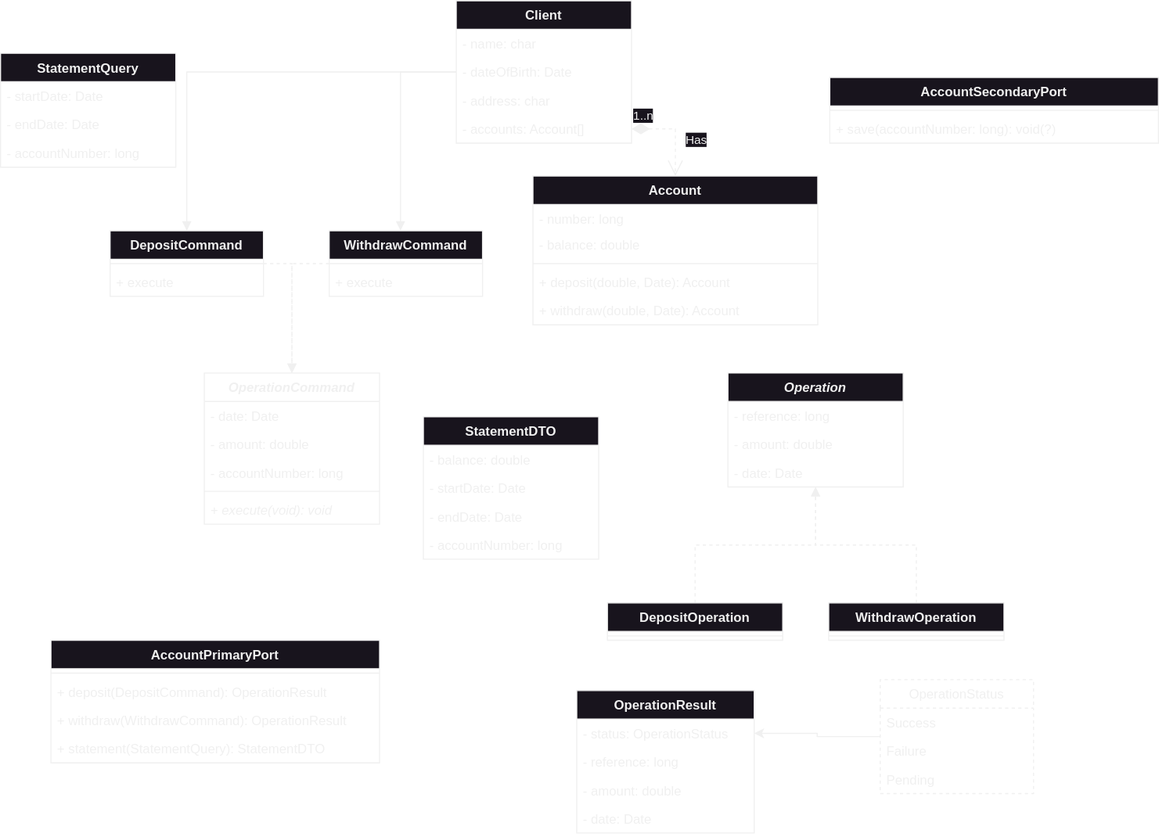
This is BankAccount/uml/BankAccountKata.drawio.svg from fookinhell/exalt-katas-java, a draw.io export, as it was before one commit. Source tidied: cells renumbered, new cells last; positions are measured from the earlier drawing's top-left corner, leaving out a move shared by most shapes.
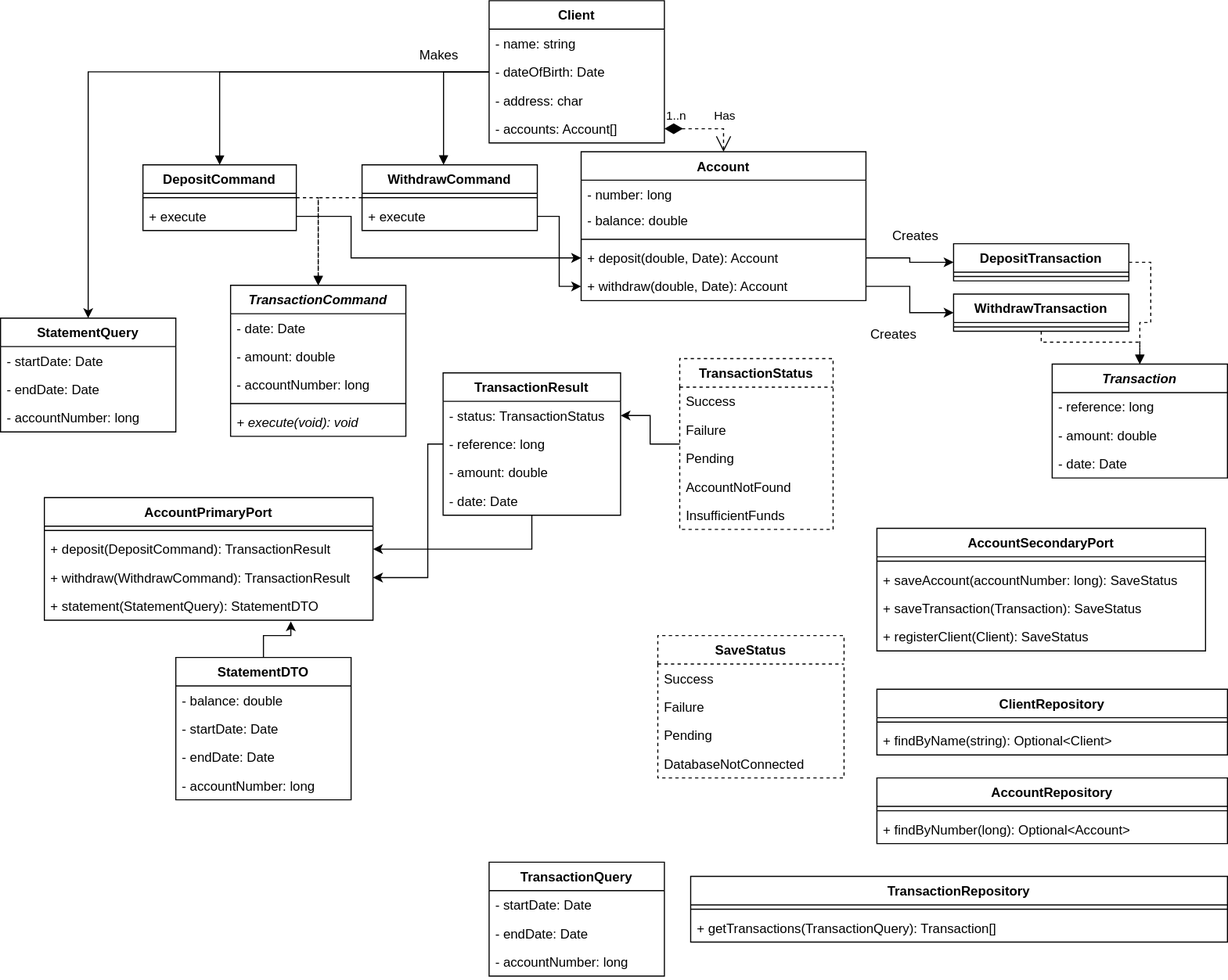
Above is the later version.

What changed in the source:
```diff
@@ -5,3 +5,3 @@
     <mxCell id="2" value="Account" style="swimlane;fontStyle=1;align=center;verticalAlign=top;horizontal=1;startSize=26;" parent="1" vertex="1">
-      <mxGeometry x="486" y="160" width="260" height="136" as="geometry" />
+      <mxGeometry x="500" y="138" width="260" height="136" as="geometry" />
     </mxCell>
@@ -22,4 +22,4 @@
     </mxCell>
-    <mxCell id="8" value="Operation" style="swimlane;fontStyle=3;align=center;verticalAlign=top;horizontal=1;startSize=26;" parent="1" vertex="1">
-      <mxGeometry x="664" y="340" width="160" height="104" as="geometry" />
+    <mxCell id="8" value="Transaction" style="swimlane;fontStyle=3;align=center;verticalAlign=top;horizontal=1;startSize=26;" parent="1" vertex="1">
+      <mxGeometry x="930" y="332" width="160" height="104" as="geometry" />
     </mxCell>
@@ -34,7 +34,7 @@
     </mxCell>
-    <mxCell id="12" style="edgeStyle=orthogonalEdgeStyle;rounded=0;jettySize=auto;html=1;entryX=0.5;entryY=1;entryDx=0;entryDy=0;dashed=1;endArrow=block;endFill=1;" parent="1" edge="1" source="13" target="8">
+    <mxCell id="12" style="edgeStyle=orthogonalEdgeStyle;rounded=0;jettySize=auto;html=1;entryX=0.5;entryY=0;entryDx=0;entryDy=0;dashed=1;endArrow=block;endFill=1;exitX=1;exitY=0.5;exitDx=0;exitDy=0;" parent="1" edge="1" source="13" target="8">
       <mxGeometry relative="1" as="geometry" />
     </mxCell>
-    <mxCell id="13" value="DepositOperation" style="swimlane;fontStyle=1;align=center;verticalAlign=top;horizontal=1;startSize=26;" parent="1" vertex="1">
-      <mxGeometry x="554" y="550" width="160" height="34" as="geometry" />
+    <mxCell id="13" value="DepositTransaction" style="swimlane;fontStyle=1;align=center;verticalAlign=top;horizontal=1;startSize=26;" parent="1" vertex="1">
+      <mxGeometry x="840" y="222" width="160" height="34" as="geometry" />
     </mxCell>
@@ -43,7 +43,12 @@
     </mxCell>
-    <mxCell id="15" style="edgeStyle=orthogonalEdgeStyle;rounded=0;jettySize=auto;html=1;entryX=0.5;entryY=1;entryDx=0;entryDy=0;exitX=0.5;exitY=0;exitDx=0;exitDy=0;dashed=1;endArrow=block;endFill=1;" parent="1" edge="1" source="16" target="8">
-      <mxGeometry relative="1" as="geometry" />
+    <mxCell id="15" style="edgeStyle=orthogonalEdgeStyle;rounded=0;jettySize=auto;html=1;entryX=0.5;entryY=0;entryDx=0;entryDy=0;exitX=0.5;exitY=1;exitDx=0;exitDy=0;dashed=1;endArrow=block;endFill=1;" parent="1" edge="1" source="16" target="8">
+      <mxGeometry relative="1" as="geometry">
+        <Array as="points">
+          <mxPoint x="920" y="312" />
+          <mxPoint x="1010" y="312" />
+        </Array>
+      </mxGeometry>
     </mxCell>
-    <mxCell id="16" value="WithdrawOperation" style="swimlane;fontStyle=1;align=center;verticalAlign=top;horizontal=1;startSize=26;" parent="1" vertex="1">
-      <mxGeometry x="756" y="550" width="160" height="34" as="geometry" />
+    <mxCell id="16" value="WithdrawTransaction" style="swimlane;fontStyle=1;align=center;verticalAlign=top;horizontal=1;startSize=26;" parent="1" vertex="1">
+      <mxGeometry x="840" y="268" width="160" height="34" as="geometry" />
     </mxCell>
@@ -53,3 +58,3 @@
     <mxCell id="18" value="StatementDTO" style="swimlane;fontStyle=1;align=center;verticalAlign=top;horizontal=1;startSize=26;" parent="1" vertex="1">
-      <mxGeometry x="386" y="380" width="160" height="130" as="geometry" />
+      <mxGeometry x="130" y="600" width="160" height="130" as="geometry" />
     </mxCell>
@@ -68,3 +73,3 @@
     <mxCell id="23" value="AccountPrimaryPort" style="swimlane;fontStyle=1;align=center;verticalAlign=top;horizontal=1;startSize=26;" parent="1" vertex="1">
-      <mxGeometry x="46" y="584" width="300" height="112" as="geometry" />
+      <mxGeometry x="10" y="454" width="300" height="112" as="geometry" />
     </mxCell>
@@ -73,6 +78,6 @@
     </mxCell>
-    <mxCell id="25" value="+ deposit(DepositCommand): OperationResult" style="text;strokeColor=none;fillColor=none;align=left;verticalAlign=top;spacingLeft=4;spacingRight=4;overflow=hidden;points=[[0,0.5],[1,0.5]];portConstraint=eastwest;" parent="23" vertex="1">
+    <mxCell id="25" value="+ deposit(DepositCommand): TransactionResult" style="text;strokeColor=none;fillColor=none;align=left;verticalAlign=top;spacingLeft=4;spacingRight=4;overflow=hidden;points=[[0,0.5],[1,0.5]];portConstraint=eastwest;" parent="23" vertex="1">
       <mxGeometry y="34" width="300" height="26" as="geometry" />
     </mxCell>
-    <mxCell id="26" value="+ withdraw(WithdrawCommand): OperationResult" style="text;strokeColor=none;fillColor=none;align=left;verticalAlign=top;spacingLeft=4;spacingRight=4;overflow=hidden;points=[[0,0.5],[1,0.5]];portConstraint=eastwest;" parent="23" vertex="1">
+    <mxCell id="26" value="+ withdraw(WithdrawCommand): TransactionResult" style="text;strokeColor=none;fillColor=none;align=left;verticalAlign=top;spacingLeft=4;spacingRight=4;overflow=hidden;points=[[0,0.5],[1,0.5]];portConstraint=eastwest;" parent="23" vertex="1">
       <mxGeometry y="60" width="300" height="26" as="geometry" />
@@ -83,3 +88,3 @@
     <mxCell id="28" value="StatementQuery" style="swimlane;fontStyle=1;align=center;verticalAlign=top;horizontal=1;startSize=26;" parent="1" vertex="1">
-      <mxGeometry y="48" width="160" height="104" as="geometry" />
+      <mxGeometry x="-30" y="290" width="160" height="104" as="geometry" />
     </mxCell>
@@ -98,3 +103,3 @@
     <mxCell id="33" value="DepositCommand" style="swimlane;fontStyle=1;align=center;verticalAlign=top;horizontal=1;startSize=26;" parent="1" vertex="1">
-      <mxGeometry x="100" y="210" width="140" height="60" as="geometry" />
+      <mxGeometry x="100" y="150" width="140" height="60" as="geometry" />
     </mxCell>
@@ -110,14 +115,17 @@
     <mxCell id="37" value="WithdrawCommand" style="swimlane;fontStyle=1;align=center;verticalAlign=top;horizontal=1;startSize=26;" parent="1" vertex="1">
-      <mxGeometry x="300" y="210" width="140" height="60" as="geometry" />
+      <mxGeometry x="300" y="150" width="160" height="60" as="geometry" />
     </mxCell>
     <mxCell id="38" style="line;strokeWidth=1;fillColor=none;align=left;verticalAlign=middle;spacingTop=-1;spacingLeft=3;spacingRight=3;labelPosition=right;strokeColor=inherit;" parent="37" vertex="1">
-      <mxGeometry y="26" width="140" height="8" as="geometry" />
+      <mxGeometry y="26" width="160" height="8" as="geometry" />
     </mxCell>
     <mxCell id="39" value="+ execute" style="text;strokeColor=none;fillColor=none;align=left;verticalAlign=top;spacingLeft=4;spacingRight=4;overflow=hidden;points=[[0,0.5],[1,0.5]];portConstraint=eastwest;" parent="37" vertex="1">
-      <mxGeometry y="34" width="140" height="26" as="geometry" />
+      <mxGeometry y="34" width="160" height="26" as="geometry" />
     </mxCell>
+    <mxCell id="68" style="edgeStyle=orthogonalEdgeStyle;rounded=0;jettySize=auto;html=1;" parent="1" edge="1" source="40" target="25">
+      <mxGeometry relative="1" as="geometry" />
+    </mxCell>
-    <mxCell id="40" value="OperationResult" style="swimlane;fontStyle=1;horizontal=1;startSize=26;fillColor=default;" parent="1" vertex="1">
-      <mxGeometry x="526" y="630" width="162" height="130" as="geometry" />
+    <mxCell id="40" value="TransactionResult" style="swimlane;fontStyle=1;horizontal=1;startSize=26;fillColor=default;" parent="1" vertex="1">
+      <mxGeometry x="374" y="340" width="162" height="130" as="geometry" />
     </mxCell>
-    <mxCell id="41" value="- status: OperationStatus" style="text;strokeColor=none;fillColor=none;align=left;verticalAlign=top;spacingLeft=4;spacingRight=4;overflow=hidden;points=[[0,0.5],[1,0.5]];portConstraint=eastwest;" parent="40" vertex="1">
+    <mxCell id="41" value="- status: TransactionStatus" style="text;strokeColor=none;fillColor=none;align=left;verticalAlign=top;spacingLeft=4;spacingRight=4;overflow=hidden;points=[[0,0.5],[1,0.5]];portConstraint=eastwest;" parent="40" vertex="1">
       <mxGeometry y="26" width="162" height="26" as="geometry" />
@@ -136,4 +144,4 @@
     </mxCell>
-    <mxCell id="46" value="OperationStatus" style="swimlane;fontStyle=0;horizontal=1;startSize=26;fillColor=none;dashed=1;swimlaneLine=1;swimlaneFillColor=none;strokeColor=default;" parent="1" vertex="1">
-      <mxGeometry x="803" y="620" width="140" height="104" as="geometry" />
+    <mxCell id="46" value="TransactionStatus" style="swimlane;fontStyle=1;horizontal=1;startSize=26;fillColor=none;dashed=1;swimlaneLine=1;swimlaneFillColor=none;strokeColor=default;" parent="1" vertex="1">
+      <mxGeometry x="590" y="327" width="140" height="156" as="geometry" />
     </mxCell>
@@ -148,4 +156,10 @@
     </mxCell>
+    <mxCell id="69" value="AccountNotFound" style="text;strokeColor=none;fillColor=none;align=left;verticalAlign=top;spacingLeft=4;spacingRight=4;overflow=hidden;" parent="46" vertex="1">
+      <mxGeometry y="104" width="140" height="26" as="geometry" />
+    </mxCell>
+    <mxCell id="70" value="InsufficientFunds" style="text;strokeColor=none;fillColor=none;align=left;verticalAlign=top;spacingLeft=4;spacingRight=4;overflow=hidden;" parent="46" vertex="1">
+      <mxGeometry y="130" width="140" height="26" as="geometry" />
+    </mxCell>
-    <mxCell id="50" value="OperationCommand" style="swimlane;fontStyle=3;align=center;verticalAlign=top;horizontal=1;startSize=26;strokeColor=default;fillColor=none;" parent="1" vertex="1">
-      <mxGeometry x="186" y="340" width="160" height="138" as="geometry" />
+    <mxCell id="50" value="TransactionCommand" style="swimlane;fontStyle=3;align=center;verticalAlign=top;horizontal=1;startSize=26;strokeColor=default;fillColor=none;" parent="1" vertex="1">
+      <mxGeometry x="180" y="260" width="160" height="138" as="geometry" />
     </mxCell>
@@ -167,3 +181,3 @@
     <mxCell id="56" value="AccountSecondaryPort" style="swimlane;fontStyle=1;align=center;verticalAlign=top;horizontal=1;startSize=26;" parent="1" vertex="1">
-      <mxGeometry x="757" y="70" width="300" height="60" as="geometry" />
+      <mxGeometry x="770" y="482" width="300" height="112" as="geometry" />
     </mxCell>
@@ -172,5 +186,14 @@
     </mxCell>
-    <mxCell id="58" value="+ save(accountNumber: long): void(?)" style="text;strokeColor=none;fillColor=none;align=left;verticalAlign=top;spacingLeft=4;spacingRight=4;overflow=hidden;" parent="56" vertex="1">
+    <mxCell id="58" value="+ saveAccount(accountNumber: long): SaveStatus" style="text;strokeColor=none;fillColor=none;align=left;verticalAlign=top;spacingLeft=4;spacingRight=4;overflow=hidden;" parent="56" vertex="1">
       <mxGeometry y="34" width="300" height="26" as="geometry" />
     </mxCell>
+    <mxCell id="71" value="+ saveTransaction(Transaction): SaveStatus" style="text;strokeColor=none;fillColor=none;align=left;verticalAlign=top;spacingLeft=4;spacingRight=4;overflow=hidden;" parent="56" vertex="1">
+      <mxGeometry y="60" width="300" height="26" as="geometry" />
+    </mxCell>
+    <mxCell id="72" value="+ registerClient(Client): SaveStatus" style="text;strokeColor=none;fillColor=none;align=left;verticalAlign=top;spacingLeft=4;spacingRight=4;overflow=hidden;" parent="56" vertex="1">
+      <mxGeometry y="86" width="300" height="26" as="geometry" />
+    </mxCell>
+    <mxCell id="73" style="edgeStyle=orthogonalEdgeStyle;rounded=0;jettySize=auto;html=1;exitX=0;exitY=0.5;exitDx=0;exitDy=0;entryX=0.5;entryY=0;entryDx=0;entryDy=0;" parent="1" edge="1" source="59" target="28">
+      <mxGeometry relative="1" as="geometry" />
+    </mxCell>
     <mxCell id="59" value="Client" style="swimlane;fontStyle=1;align=center;verticalAlign=top;horizontal=1;startSize=26;strokeColor=default;fillColor=default;" parent="1" vertex="1">
@@ -178,3 +201,3 @@
     </mxCell>
-    <mxCell id="60" value="- name: char" style="text;strokeColor=none;fillColor=none;align=left;verticalAlign=top;spacingLeft=4;spacingRight=4;overflow=hidden;" parent="59" vertex="1">
+    <mxCell id="60" value="- name: string" style="text;strokeColor=none;fillColor=none;align=left;verticalAlign=top;spacingLeft=4;spacingRight=4;overflow=hidden;" parent="59" vertex="1">
       <mxGeometry y="26" width="160" height="26" as="geometry" />
@@ -195,3 +218,3 @@
       <mxGeometry x="0.27" y="3" relative="1" as="geometry">
-        <mxPoint x="15" y="-4" as="offset" />
+        <mxPoint x="6" y="-10" as="offset" />
       </mxGeometry>
@@ -204,2 +227,93 @@
     </mxCell>
+    <mxCell id="74" value="Makes" style="text;html=1;align=center;verticalAlign=middle;strokeColor=none;fillColor=none;" parent="1" vertex="1">
+      <mxGeometry x="340" y="35" width="60" height="30" as="geometry" />
+    </mxCell>
+    <mxCell id="75" style="edgeStyle=orthogonalEdgeStyle;rounded=0;jettySize=auto;html=1;exitX=0.5;exitY=0;exitDx=0;exitDy=0;entryX=0.75;entryY=1.038;entryDx=0;entryDy=0;entryPerimeter=0;" parent="1" edge="1" source="18" target="27">
+      <mxGeometry relative="1" as="geometry" />
+    </mxCell>
+    <mxCell id="76" style="edgeStyle=orthogonalEdgeStyle;rounded=0;jettySize=auto;html=1;exitX=1;exitY=0.5;exitDx=0;exitDy=0;entryX=0;entryY=0.5;entryDx=0;entryDy=0;" parent="1" edge="1" source="6" target="13">
+      <mxGeometry relative="1" as="geometry" />
+    </mxCell>
+    <mxCell id="77" style="edgeStyle=orthogonalEdgeStyle;rounded=0;jettySize=auto;html=1;exitX=1;exitY=0.5;exitDx=0;exitDy=0;entryX=0;entryY=0.5;entryDx=0;entryDy=0;" parent="1" edge="1" source="7" target="16">
+      <mxGeometry relative="1" as="geometry" />
+    </mxCell>
+    <mxCell id="78" value="Creates" style="text;html=1;align=center;verticalAlign=middle;strokeColor=none;fillColor=none;" parent="1" vertex="1">
+      <mxGeometry x="750" y="290" width="70" height="30" as="geometry" />
+    </mxCell>
+    <mxCell id="79" value="AccountRepository" style="swimlane;fontStyle=1;align=center;verticalAlign=top;horizontal=1;startSize=26;" parent="1" vertex="1">
+      <mxGeometry x="770" y="710" width="320" height="60" as="geometry" />
+    </mxCell>
+    <mxCell id="80" style="line;strokeWidth=1;fillColor=none;align=left;verticalAlign=middle;spacingTop=-1;spacingLeft=3;spacingRight=3;labelPosition=right;strokeColor=inherit;" parent="79" vertex="1">
+      <mxGeometry y="26" width="320" height="8" as="geometry" />
+    </mxCell>
+    <mxCell id="81" value="+ findByNumber(long): Optional&lt;Account&gt;" style="text;strokeColor=none;fillColor=none;align=left;verticalAlign=top;spacingLeft=4;spacingRight=4;overflow=hidden;" parent="79" vertex="1">
+      <mxGeometry y="34" width="320" height="26" as="geometry" />
+    </mxCell>
+    <mxCell id="82" value="TransactionRepository" style="swimlane;fontStyle=1;align=center;verticalAlign=top;horizontal=1;startSize=26;" parent="1" vertex="1">
+      <mxGeometry x="600" y="800" width="490" height="60" as="geometry" />
+    </mxCell>
+    <mxCell id="83" style="line;strokeWidth=1;fillColor=none;align=left;verticalAlign=middle;spacingTop=-1;spacingLeft=3;spacingRight=3;labelPosition=right;strokeColor=inherit;" parent="82" vertex="1">
+      <mxGeometry y="26" width="490" height="8" as="geometry" />
+    </mxCell>
+    <mxCell id="84" value="+ getTransactions(TransactionQuery): Transaction[]" style="text;strokeColor=none;fillColor=none;align=left;verticalAlign=top;spacingLeft=4;spacingRight=4;overflow=hidden;" parent="82" vertex="1">
+      <mxGeometry y="34" width="490" height="26" as="geometry" />
+    </mxCell>
+    <mxCell id="85" value="Creates" style="text;html=1;align=center;verticalAlign=middle;strokeColor=none;fillColor=none;" parent="1" vertex="1">
+      <mxGeometry x="770" y="200" width="70" height="30" as="geometry" />
+    </mxCell>
+    <mxCell id="86" value="ClientRepository" style="swimlane;fontStyle=1;align=center;verticalAlign=top;horizontal=1;startSize=26;" parent="1" vertex="1">
+      <mxGeometry x="770" y="629" width="320" height="60" as="geometry" />
+    </mxCell>
+    <mxCell id="87" style="line;strokeWidth=1;fillColor=none;align=left;verticalAlign=middle;spacingTop=-1;spacingLeft=3;spacingRight=3;labelPosition=right;strokeColor=inherit;" parent="86" vertex="1">
+      <mxGeometry y="26" width="320" height="8" as="geometry" />
+    </mxCell>
+    <mxCell id="88" value="+ findByName(string): Optional&lt;Client&gt;" style="text;strokeColor=none;fillColor=none;align=left;verticalAlign=top;spacingLeft=4;spacingRight=4;overflow=hidden;" parent="86" vertex="1">
+      <mxGeometry y="34" width="320" height="26" as="geometry" />
+    </mxCell>
+    <mxCell id="89" style="edgeStyle=orthogonalEdgeStyle;rounded=0;jettySize=auto;html=1;exitX=1;exitY=0.5;exitDx=0;exitDy=0;entryX=0;entryY=0.5;entryDx=0;entryDy=0;" parent="1" edge="1" source="39" target="7">
+      <mxGeometry relative="1" as="geometry" />
+    </mxCell>
+    <mxCell id="90" style="edgeStyle=orthogonalEdgeStyle;rounded=0;jettySize=auto;html=1;exitX=1;exitY=0.5;exitDx=0;exitDy=0;entryX=0;entryY=0.5;entryDx=0;entryDy=0;" parent="1" edge="1" source="35" target="6">
+      <mxGeometry relative="1" as="geometry">
+        <Array as="points">
+          <mxPoint x="290" y="197" />
+          <mxPoint x="290" y="235" />
+        </Array>
+      </mxGeometry>
+    </mxCell>
+    <mxCell id="91" value="TransactionQuery" style="swimlane;fontStyle=1;align=center;verticalAlign=top;horizontal=1;startSize=26;" parent="1" vertex="1">
+      <mxGeometry x="416" y="787" width="160" height="104" as="geometry" />
+    </mxCell>
+    <mxCell id="92" value="- startDate: Date" style="text;strokeColor=none;fillColor=none;align=left;verticalAlign=top;spacingLeft=4;spacingRight=4;overflow=hidden;" parent="91" vertex="1">
+      <mxGeometry y="26" width="160" height="26" as="geometry" />
+    </mxCell>
+    <mxCell id="93" value="- endDate: Date" style="text;strokeColor=none;fillColor=none;align=left;verticalAlign=top;spacingLeft=4;spacingRight=4;overflow=hidden;" parent="91" vertex="1">
+      <mxGeometry y="52" width="160" height="26" as="geometry" />
+    </mxCell>
+    <mxCell id="94" value="- accountNumber: long" style="text;strokeColor=none;fillColor=none;align=left;verticalAlign=top;spacingLeft=4;spacingRight=4;overflow=hidden;" parent="91" vertex="1">
+      <mxGeometry y="78" width="160" height="26" as="geometry" />
+    </mxCell>
+    <mxCell id="95" value="SaveStatus" style="swimlane;fontStyle=1;horizontal=1;startSize=26;fillColor=none;dashed=1;swimlaneLine=1;swimlaneFillColor=none;strokeColor=default;" parent="1" vertex="1">
+      <mxGeometry x="570" y="580" width="170" height="130" as="geometry" />
+    </mxCell>
+    <mxCell id="96" value="Success" style="text;strokeColor=none;fillColor=none;align=left;verticalAlign=top;spacingLeft=4;spacingRight=4;overflow=hidden;" parent="95" vertex="1">
+      <mxGeometry y="26" width="170" height="26" as="geometry" />
+    </mxCell>
+    <mxCell id="97" value="Failure" style="text;strokeColor=none;fillColor=none;align=left;verticalAlign=top;spacingLeft=4;spacingRight=4;overflow=hidden;" parent="95" vertex="1">
+      <mxGeometry y="52" width="170" height="26" as="geometry" />
+    </mxCell>
+    <mxCell id="98" value="Pending" style="text;strokeColor=none;fillColor=none;align=left;verticalAlign=top;spacingLeft=4;spacingRight=4;overflow=hidden;" parent="95" vertex="1">
+      <mxGeometry y="78" width="170" height="26" as="geometry" />
+    </mxCell>
+    <mxCell id="99" value="DatabaseNotConnected" style="text;strokeColor=none;fillColor=none;align=left;verticalAlign=top;spacingLeft=4;spacingRight=4;overflow=hidden;" parent="95" vertex="1">
+      <mxGeometry y="104" width="170" height="26" as="geometry" />
+    </mxCell>
+    <mxCell id="100" style="edgeStyle=orthogonalEdgeStyle;rounded=0;jettySize=auto;html=1;" parent="1" edge="1" source="42" target="26">
+      <mxGeometry relative="1" as="geometry">
+        <Array as="points">
+          <mxPoint x="360" y="405" />
+          <mxPoint x="360" y="527" />
+        </Array>
+      </mxGeometry>
+    </mxCell>
   </root>
```
